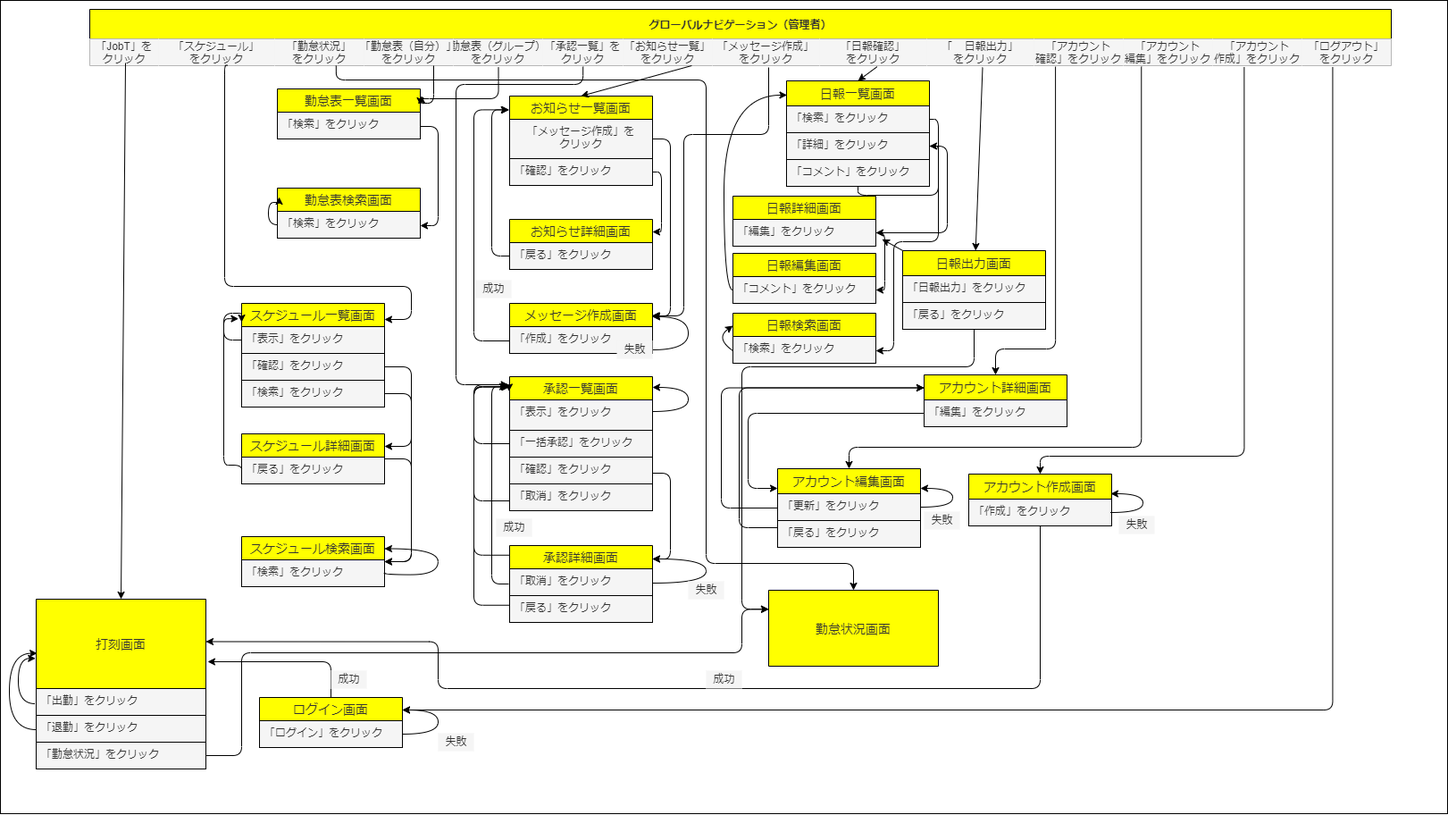
The draw.io diagram JobT_ScrTra_kanrisya.png in yoshihiro-kawabata/JobT, before a commit. Source tidied: cells renumbered, new cells last; positions are measured from the earlier drawing's top-left corner, leaving out a move shared by most shapes.
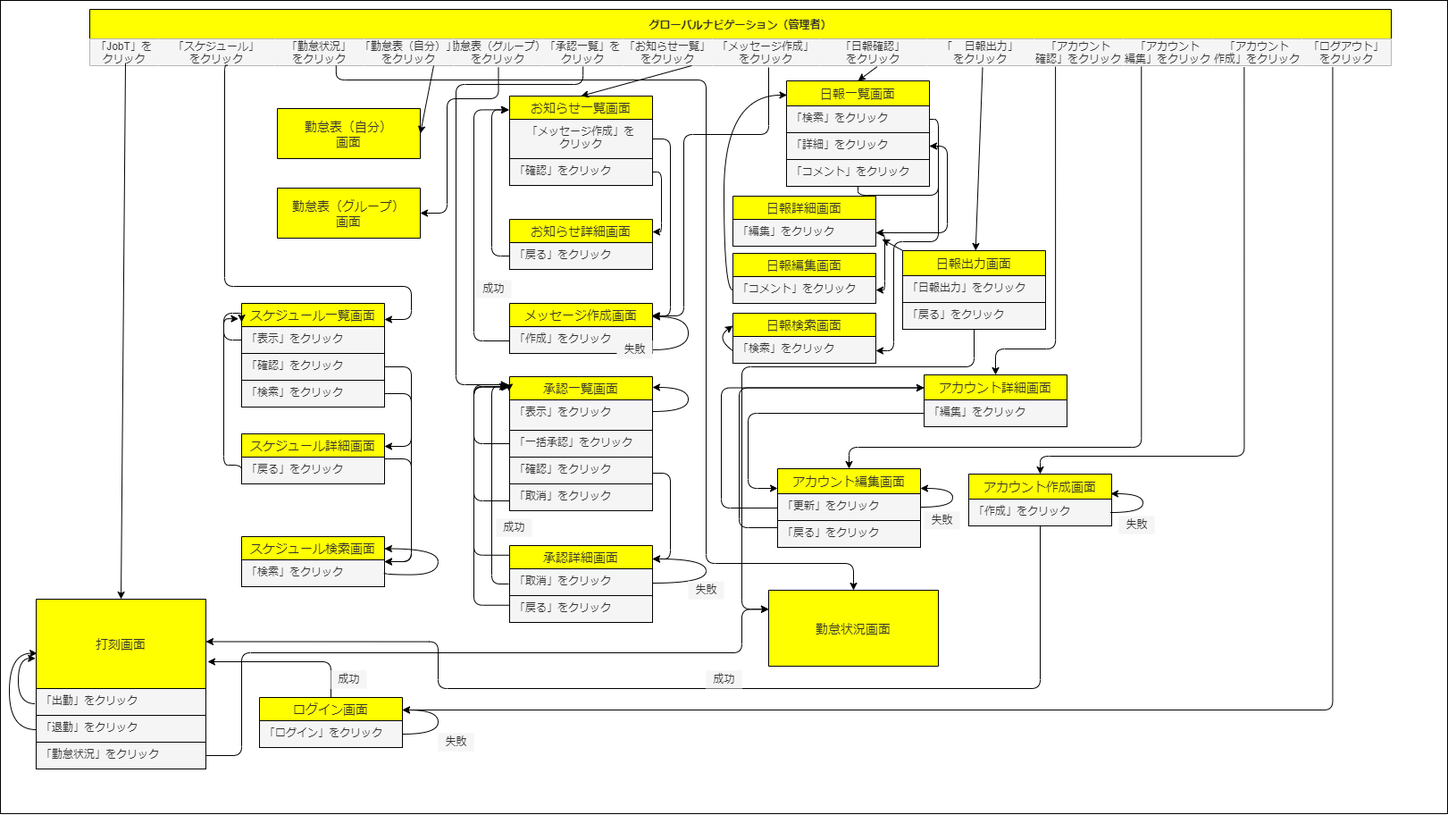
After the change.

Diff of the diagram source:
```diff
@@ -340,27 +340,18 @@
         </Array>
       </mxGeometry>
     </mxCell>
-    <mxCell id="73" value="勤怠表一覧画面" style="swimlane;fontStyle=0;horizontal=1;startSize=26;align=center;fontSize=14;fontColor=#333333;fillColor=#FFFF00;strokeColor=#000000;" parent="1" vertex="1">
-      <mxGeometry x="310" y="99" width="160" height="56" as="geometry" />
+    <mxCell id="73" value="勤怠表（自分）&#10;画面" style="swimlane;fontStyle=0;horizontal=1;startSize=56;align=center;fontSize=14;fontColor=#333333;fillColor=#FFFF00;strokeColor=#000000;" parent="1" vertex="1">
+      <mxGeometry x="310" y="121" width="160" height="56" as="geometry" />
     </mxCell>
-    <mxCell id="74" value="「検索」をクリック" style="text;strokeColor=#000000;fillColor=#f5f5f5;spacingLeft=4;spacingRight=4;overflow=hidden;fontSize=12;fontColor=#333333;" parent="73" vertex="1">
-      <mxGeometry y="26" width="160" height="30" as="geometry" />
-    </mxCell>
-    <mxCell id="75" value="勤怠表検索画面" style="swimlane;fontStyle=0;horizontal=1;startSize=26;align=center;fontSize=14;fontColor=#333333;fillColor=#FFFF00;strokeColor=#000000;" parent="1" vertex="1">
+    <mxCell id="75" value="勤怠表（グループ）&#10;画面" style="swimlane;fontStyle=0;horizontal=1;startSize=56;align=center;fontSize=14;fontColor=#333333;fillColor=#FFFF00;strokeColor=#000000;" parent="1" vertex="1">
       <mxGeometry x="310" y="210" width="160" height="56" as="geometry" />
     </mxCell>
-    <mxCell id="76" value="「検索」をクリック" style="text;strokeColor=#000000;fillColor=#f5f5f5;spacingLeft=4;spacingRight=4;overflow=hidden;points=[[0,0.5],[1,0.5]];portConstraint=eastwest;fontSize=12;fontColor=#333333;" parent="75" vertex="1">
-      <mxGeometry y="26" width="160" height="30" as="geometry" />
-    </mxCell>
-    <mxCell id="77" style="endArrow=classic;html=1;fontSize=12;fontColor=#000000;fillColor=#f5f5f5;strokeColor=#000000;entryX=1.01;entryY=0.14;entryDx=0;entryDy=0;elbow=vertical;edgeStyle=orthogonalEdgeStyle;entryPerimeter=0;" parent="1" edge="1" target="73">
+    <mxCell id="77" style="endArrow=classic;html=1;fontSize=12;fontColor=#000000;fillColor=#f5f5f5;strokeColor=#000000;entryX=1;entryY=0.5;entryDx=0;entryDy=0;elbow=vertical;" parent="1" edge="1" target="73">
       <mxGeometry relative="1" as="geometry">
         <mxPoint x="485" y="73" as="sourcePoint" />
-        <Array as="points">
-          <mxPoint x="485" y="115" />
-        </Array>
       </mxGeometry>
     </mxCell>
-    <mxCell id="78" style="endArrow=classic;html=1;fontSize=12;fontColor=#000000;fillColor=#f5f5f5;strokeColor=#000000;exitX=0;exitY=0.5;exitDx=0;exitDy=0;edgeStyle=orthogonalEdgeStyle;elbow=vertical;curved=1;" parent="1" edge="1" source="76">
+    <mxCell id="78" style="endArrow=classic;html=1;fontSize=12;fontColor=#000000;fillColor=#f5f5f5;strokeColor=#000000;exitX=0;exitY=0.5;exitDx=0;exitDy=0;edgeStyle=orthogonalEdgeStyle;elbow=vertical;curved=1;" parent="1" edge="1" source="x">
       <mxGeometry relative="1" as="geometry">
         <mxPoint x="312" y="220" as="targetPoint" />
       </mxGeometry>
@@ -592,19 +583,12 @@
     <mxCell id="116" value="成功" style="text;html=1;align=center;verticalAlign=middle;fillColor=#f5f5f5;strokeColor=none;rounded=0;fontSize=12;fontColor=#333333;" parent="1" vertex="1">
       <mxGeometry x="790" y="750" width="40" height="20" as="geometry" />
     </mxCell>
-    <mxCell id="117" style="endArrow=classic;html=1;fontSize=12;fontColor=#000000;fillColor=#f5f5f5;strokeColor=#000000;entryX=1;entryY=0.75;entryDx=0;entryDy=0;exitX=1;exitY=0.75;exitDx=0;exitDy=0;edgeStyle=elbowEdgeStyle;elbow=vertical;" parent="1" edge="1" source="73" target="75">
-      <mxGeometry relative="1" as="geometry">
-        <Array as="points">
-          <mxPoint x="490" y="210" />
-        </Array>
-      </mxGeometry>
-    </mxCell>
-    <mxCell id="118" style="endArrow=classic;html=1;fontSize=12;fontColor=#000000;fillColor=#f5f5f5;strokeColor=#000000;elbow=vertical;edgeStyle=orthogonalEdgeStyle;exitX=0.314;exitY=1.068;exitDx=0;exitDy=0;exitPerimeter=0;" parent="1" edge="1" source="4">
+    <mxCell id="118" style="endArrow=classic;html=1;fontSize=12;fontColor=#000000;fillColor=#f5f5f5;strokeColor=#000000;elbow=vertical;edgeStyle=orthogonalEdgeStyle;exitX=0.314;exitY=1.068;exitDx=0;exitDy=0;exitPerimeter=0;entryX=1;entryY=0.5;entryDx=0;entryDy=0;" parent="1" edge="1" source="4" target="75">
       <mxGeometry relative="1" as="geometry">
-        <mxPoint x="470" y="117" as="targetPoint" />
         <Array as="points">
           <mxPoint x="558" y="110" />
-          <mxPoint x="470" y="110" />
+          <mxPoint x="500" y="110" />
+          <mxPoint x="500" y="238" />
         </Array>
       </mxGeometry>
     </mxCell>
```
